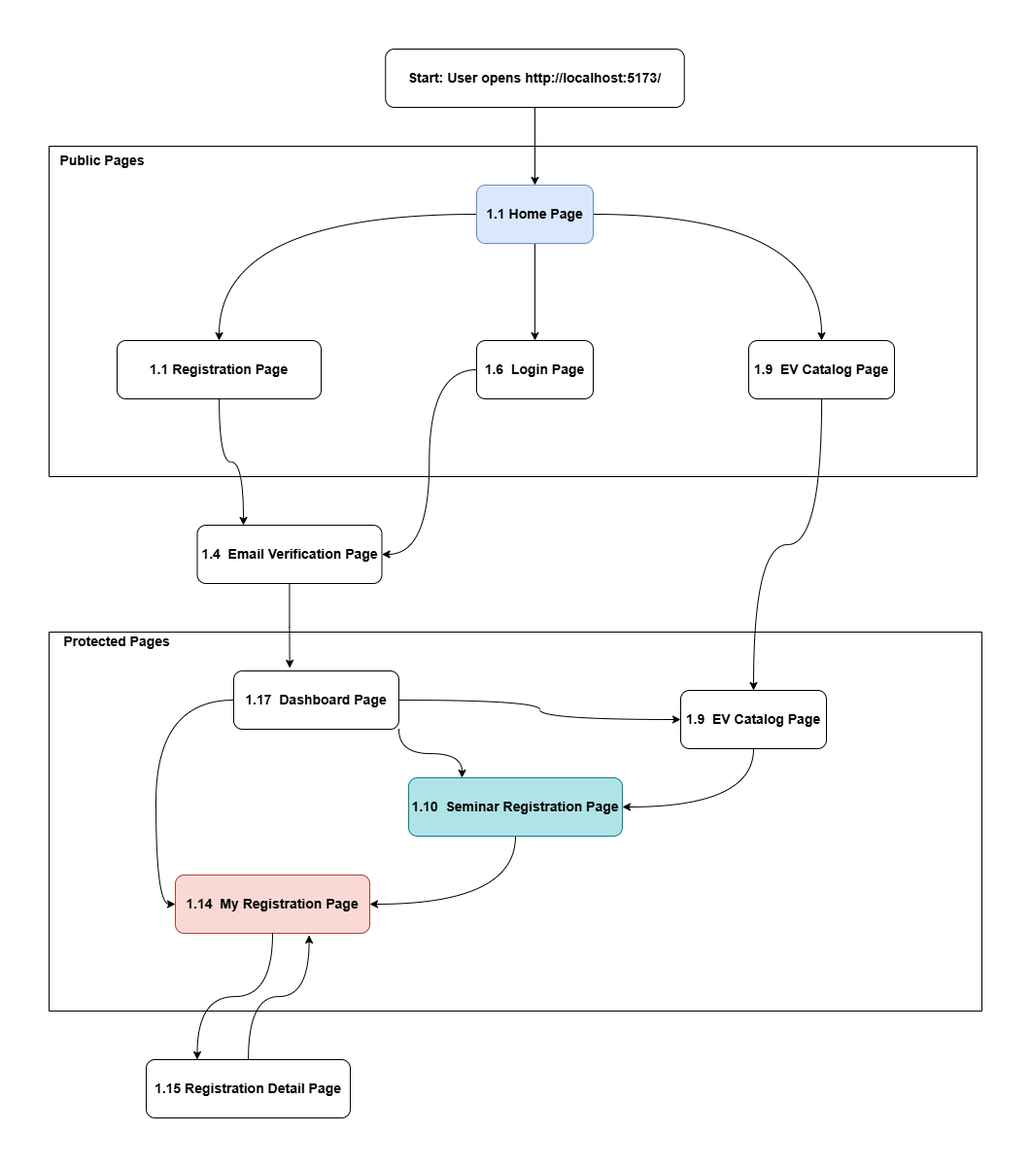
Above: docs/Relationship_Page.drawio.png in SteveHoCPCE/SEHS4701-G01 (draw.io), before the change. Source tidied: cells renumbered, new cells last; positions are measured from the earlier drawing's top-left corner, leaving out a move shared by most shapes. Source of this version:
```xml
<mxGraphModel>
  <root>
    <mxCell id="0" />
    <mxCell id="1" parent="0" />
    <mxCell id="2" style="swimlane;startSize=0;" parent="1" vertex="1">
      <mxGeometry y="100" width="955" height="340" as="geometry" />
    </mxCell>
    <mxCell id="3" value="&lt;b&gt;&lt;font style=&quot;font-size: 14px;&quot;&gt;Public Pages&lt;/font&gt;&lt;/b&gt;" style="text;html=1;whiteSpace=wrap;strokeColor=none;fillColor=none;align=center;verticalAlign=middle;rounded=0;" parent="2" vertex="1">
      <mxGeometry width="110" height="30" as="geometry" />
    </mxCell>
    <mxCell id="4" style="edgeStyle=orthogonalEdgeStyle;rounded=0;jettySize=auto;html=1;entryX=0.5;entryY=0;entryDx=0;entryDy=0;curved=1;" parent="2" edge="1" source="7" target="8">
      <mxGeometry relative="1" as="geometry" />
    </mxCell>
    <mxCell id="5" style="edgeStyle=orthogonalEdgeStyle;rounded=0;jettySize=auto;html=1;entryX=0.5;entryY=0;entryDx=0;entryDy=0;" parent="2" edge="1" source="7" target="9">
      <mxGeometry relative="1" as="geometry" />
    </mxCell>
    <mxCell id="6" style="edgeStyle=orthogonalEdgeStyle;rounded=0;jettySize=auto;html=1;entryX=0.5;entryY=0;entryDx=0;entryDy=0;curved=1;" parent="2" edge="1" source="7" target="10">
      <mxGeometry relative="1" as="geometry" />
    </mxCell>
    <mxCell id="7" value="&lt;b&gt;&lt;font style=&quot;font-size: 14px;&quot;&gt;1.1 Home Page&lt;/font&gt;&lt;/b&gt;" style="rounded=1;whiteSpace=wrap;html=1;fillColor=#dae8fc;strokeColor=#6c8ebf;" parent="2" vertex="1">
      <mxGeometry x="440" y="40" width="120" height="60" as="geometry" />
    </mxCell>
    <mxCell id="8" value="&lt;b&gt;&lt;font style=&quot;font-size: 14px;&quot;&gt;1.1 Registration Page&lt;/font&gt;&lt;/b&gt;" style="rounded=1;whiteSpace=wrap;html=1;" parent="2" vertex="1">
      <mxGeometry x="70" y="200" width="210" height="60" as="geometry" />
    </mxCell>
    <mxCell id="9" value="&lt;b&gt;&lt;font style=&quot;font-size: 14px;&quot;&gt;1.6&amp;nbsp; Login Page&lt;/font&gt;&lt;/b&gt;" style="rounded=1;whiteSpace=wrap;html=1;" parent="2" vertex="1">
      <mxGeometry x="440" y="200" width="120" height="60" as="geometry" />
    </mxCell>
    <mxCell id="10" value="&lt;b&gt;&lt;font style=&quot;font-size: 14px;&quot;&gt;1.9&amp;nbsp; EV Catalog Page&lt;/font&gt;&lt;/b&gt;" style="rounded=1;whiteSpace=wrap;html=1;" parent="2" vertex="1">
      <mxGeometry x="720" y="200" width="150" height="60" as="geometry" />
    </mxCell>
    <mxCell id="11" style="swimlane;startSize=0;" parent="1" vertex="1">
      <mxGeometry y="600" width="960" height="390" as="geometry" />
    </mxCell>
    <mxCell id="12" value="&lt;b&gt;&lt;font style=&quot;font-size: 14px;&quot;&gt;Protected Pages&lt;/font&gt;&lt;/b&gt;" style="text;html=1;whiteSpace=wrap;strokeColor=none;fillColor=none;align=center;verticalAlign=middle;rounded=0;" parent="11" vertex="1">
      <mxGeometry width="140" height="20" as="geometry" />
    </mxCell>
    <mxCell id="13" style="edgeStyle=orthogonalEdgeStyle;rounded=0;jettySize=auto;html=1;entryX=0;entryY=0.5;entryDx=0;entryDy=0;curved=1;" parent="11" edge="1" source="16" target="17">
      <mxGeometry relative="1" as="geometry" />
    </mxCell>
    <mxCell id="14" style="edgeStyle=orthogonalEdgeStyle;rounded=0;jettySize=auto;html=1;exitX=1;exitY=1;exitDx=0;exitDy=0;entryX=0.25;entryY=0;entryDx=0;entryDy=0;curved=1;" parent="11" edge="1" source="16" target="19">
      <mxGeometry relative="1" as="geometry" />
    </mxCell>
    <mxCell id="15" style="edgeStyle=orthogonalEdgeStyle;rounded=0;jettySize=auto;html=1;entryX=0;entryY=0.5;entryDx=0;entryDy=0;curved=1;exitX=0;exitY=0.5;exitDx=0;exitDy=0;" parent="11" edge="1" source="16" target="20">
      <mxGeometry relative="1" as="geometry" />
    </mxCell>
    <mxCell id="16" value="&lt;b&gt;&lt;font style=&quot;font-size: 14px;&quot;&gt;1.17&amp;nbsp; Dashboard Page&lt;/font&gt;&lt;/b&gt;" style="rounded=1;whiteSpace=wrap;html=1;" parent="11" vertex="1">
      <mxGeometry x="190" y="40" width="170" height="60" as="geometry" />
    </mxCell>
    <mxCell id="17" value="&lt;b&gt;&lt;font style=&quot;font-size: 14px;&quot;&gt;1.9&amp;nbsp; EV Catalog Page&lt;/font&gt;&lt;/b&gt;" style="rounded=1;whiteSpace=wrap;html=1;" parent="11" vertex="1">
      <mxGeometry x="650" y="60" width="150" height="60" as="geometry" />
    </mxCell>
    <mxCell id="18" style="edgeStyle=orthogonalEdgeStyle;rounded=0;jettySize=auto;html=1;entryX=1;entryY=0.5;entryDx=0;entryDy=0;curved=1;exitX=0.5;exitY=1;exitDx=0;exitDy=0;" parent="11" edge="1" source="19" target="20">
      <mxGeometry relative="1" as="geometry" />
    </mxCell>
    <mxCell id="19" value="&lt;b&gt;&lt;font style=&quot;font-size: 14px;&quot;&gt;1.10&amp;nbsp; Seminar Registration Page&lt;/font&gt;&lt;/b&gt;" style="rounded=1;whiteSpace=wrap;html=1;fillColor=#b0e3e6;strokeColor=#0e8088;" parent="11" vertex="1">
      <mxGeometry x="370" y="150" width="220" height="60" as="geometry" />
    </mxCell>
    <mxCell id="20" value="&lt;b&gt;&lt;font style=&quot;font-size: 14px;&quot;&gt;1.14&amp;nbsp; My Registration Page&lt;/font&gt;&lt;/b&gt;" style="rounded=1;whiteSpace=wrap;html=1;fillColor=#fad9d5;strokeColor=#ae4132;" parent="11" vertex="1">
      <mxGeometry x="130" y="250" width="200" height="60" as="geometry" />
    </mxCell>
    <mxCell id="21" style="endArrow=classic;html=1;rounded=0;entryX=1;entryY=0.5;entryDx=0;entryDy=0;edgeStyle=orthogonalEdgeStyle;curved=1;exitX=0.5;exitY=1;exitDx=0;exitDy=0;" parent="11" edge="1" source="17" target="19">
      <mxGeometry relative="1" as="geometry" />
    </mxCell>
    <mxCell id="22" style="edgeStyle=orthogonalEdgeStyle;rounded=0;jettySize=auto;html=1;entryX=0.5;entryY=0;entryDx=0;entryDy=0;" parent="1" edge="1" source="23" target="7">
      <mxGeometry relative="1" as="geometry" />
    </mxCell>
    <mxCell id="23" value="&lt;p dir=&quot;auto&quot; style=&quot;white-space-collapse: preserve;&quot;&gt;&lt;b&gt;&lt;font style=&quot;font-size: 14px;&quot;&gt;Start: User opens http://localhost:5173/&lt;/font&gt;&lt;/b&gt;&lt;/p&gt;" style="rounded=1;whiteSpace=wrap;html=1;" parent="1" vertex="1">
      <mxGeometry x="346.2" width="307.5" height="60" as="geometry" />
    </mxCell>
    <mxCell id="24" value="&lt;b&gt;&lt;font style=&quot;font-size: 14px;&quot;&gt;1.4&amp;nbsp; Email Verification Page&lt;/font&gt;&lt;/b&gt;" style="rounded=1;whiteSpace=wrap;html=1;" parent="1" vertex="1">
      <mxGeometry x="152.5" y="490" width="190" height="60" as="geometry" />
    </mxCell>
    <mxCell id="25" value="&lt;b&gt;&lt;font style=&quot;font-size: 14px;&quot;&gt;1.15 Registration Detail Page&lt;/font&gt;&lt;/b&gt;" style="rounded=1;whiteSpace=wrap;html=1;" parent="1" vertex="1">
      <mxGeometry x="100" y="1040" width="210" height="60" as="geometry" />
    </mxCell>
    <mxCell id="26" style="edgeStyle=orthogonalEdgeStyle;rounded=0;jettySize=auto;html=1;entryX=0.5;entryY=0;entryDx=0;entryDy=0;curved=1;" parent="1" edge="1" source="10" target="17">
      <mxGeometry relative="1" as="geometry" />
    </mxCell>
    <mxCell id="27" style="edgeStyle=orthogonalEdgeStyle;rounded=0;jettySize=auto;html=1;entryX=0.25;entryY=0;entryDx=0;entryDy=0;curved=1;" parent="1" edge="1" source="8" target="24">
      <mxGeometry relative="1" as="geometry" />
    </mxCell>
    <mxCell id="28" style="edgeStyle=orthogonalEdgeStyle;rounded=0;jettySize=auto;html=1;entryX=1;entryY=0.5;entryDx=0;entryDy=0;curved=1;" parent="1" edge="1" source="9" target="24">
      <mxGeometry relative="1" as="geometry" />
    </mxCell>
    <mxCell id="29" style="edgeStyle=orthogonalEdgeStyle;rounded=0;jettySize=auto;html=1;entryX=0.339;entryY=-0.05;entryDx=0;entryDy=0;entryPerimeter=0;" parent="1" edge="1" source="24" target="16">
      <mxGeometry relative="1" as="geometry" />
    </mxCell>
    <mxCell id="30" style="edgeStyle=orthogonalEdgeStyle;rounded=0;jettySize=auto;html=1;entryX=0.25;entryY=0;entryDx=0;entryDy=0;curved=1;" parent="1" edge="1" source="20" target="25">
      <mxGeometry relative="1" as="geometry" />
    </mxCell>
    <mxCell id="31" style="edgeStyle=orthogonalEdgeStyle;rounded=0;jettySize=auto;html=1;entryX=0.688;entryY=1.033;entryDx=0;entryDy=0;entryPerimeter=0;curved=1;" parent="1" edge="1" source="25" target="20">
      <mxGeometry relative="1" as="geometry" />
    </mxCell>
  </root>
</mxGraphModel>
```
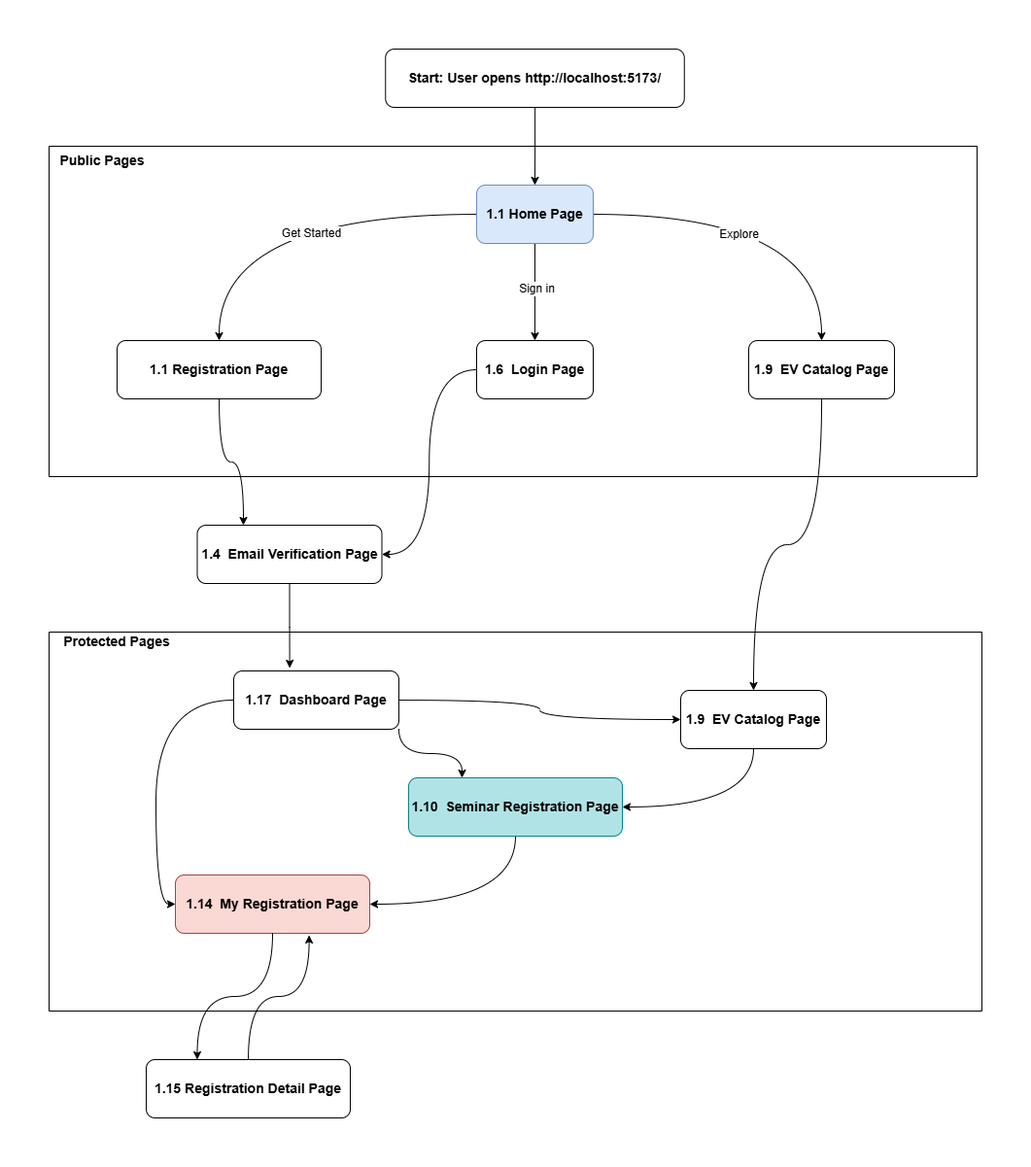
Later version of the same file.

The edit, as a diff of the source:
```diff
@@ -11,12 +11,21 @@
     <mxCell id="4" style="edgeStyle=orthogonalEdgeStyle;rounded=0;jettySize=auto;html=1;entryX=0.5;entryY=0;entryDx=0;entryDy=0;curved=1;" parent="2" edge="1" source="7" target="8">
       <mxGeometry relative="1" as="geometry" />
     </mxCell>
+    <mxCell id="32" value="&lt;font style=&quot;font-size: 12px;&quot;&gt;Get Started&lt;/font&gt;" style="edgeLabel;html=1;align=center;verticalAlign=middle;" parent="4" vertex="1">
+      <mxGeometry x="-0.14" y="19" relative="1" as="geometry" />
+    </mxCell>
     <mxCell id="5" style="edgeStyle=orthogonalEdgeStyle;rounded=0;jettySize=auto;html=1;entryX=0.5;entryY=0;entryDx=0;entryDy=0;" parent="2" edge="1" source="7" target="9">
       <mxGeometry relative="1" as="geometry" />
     </mxCell>
+    <mxCell id="33" value="&lt;font style=&quot;font-size: 12px;&quot;&gt;Sign in&lt;/font&gt;" style="edgeLabel;html=1;align=center;verticalAlign=middle;" parent="5" vertex="1">
+      <mxGeometry x="-0.07" y="2" relative="1" as="geometry" />
+    </mxCell>
     <mxCell id="6" style="edgeStyle=orthogonalEdgeStyle;rounded=0;jettySize=auto;html=1;entryX=0.5;entryY=0;entryDx=0;entryDy=0;curved=1;" parent="2" edge="1" source="7" target="10">
       <mxGeometry relative="1" as="geometry" />
     </mxCell>
+    <mxCell id="34" value="&lt;font style=&quot;font-size: 12px;&quot;&gt;Explore&lt;/font&gt;" style="edgeLabel;html=1;align=center;verticalAlign=middle;" parent="6" vertex="1">
+      <mxGeometry x="-0.18" y="-20" relative="1" as="geometry" />
+    </mxCell>
     <mxCell id="7" value="&lt;b&gt;&lt;font style=&quot;font-size: 14px;&quot;&gt;1.1 Home Page&lt;/font&gt;&lt;/b&gt;" style="rounded=1;whiteSpace=wrap;html=1;fillColor=#dae8fc;strokeColor=#6c8ebf;" parent="2" vertex="1">
       <mxGeometry x="440" y="40" width="120" height="60" as="geometry" />
     </mxCell>
```
